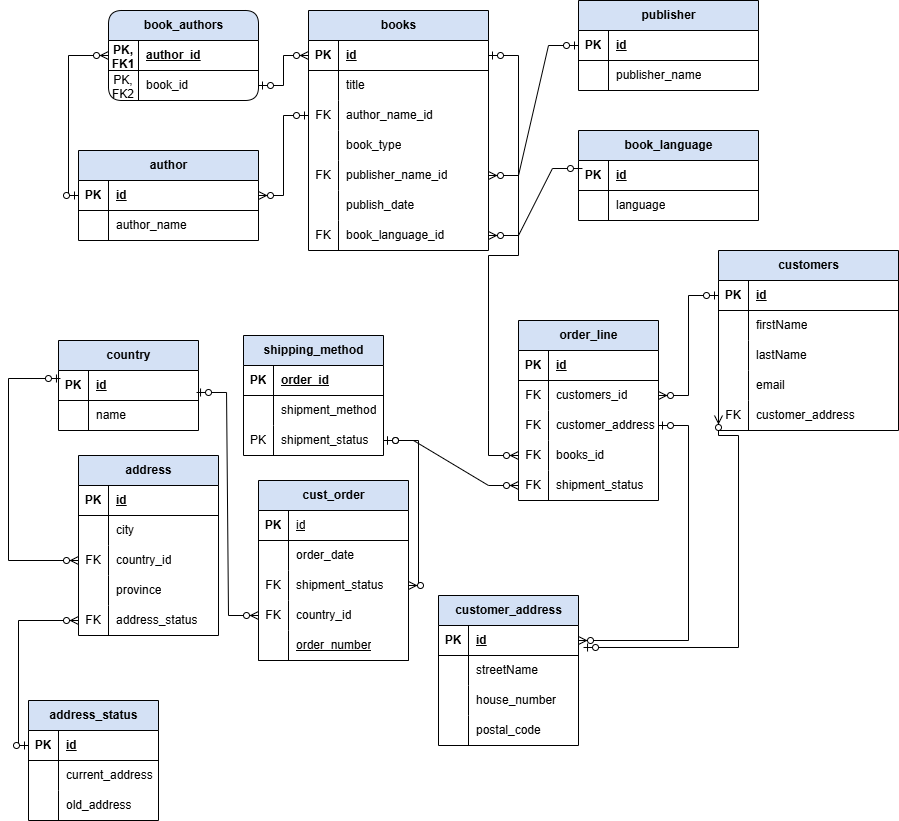
Earlier version of the draw.io export Bookstore_Database.drawio.png (the7thsage376/Bookstore_Database). Source tidied: cells renumbered, new cells last; positions are measured from the earlier drawing's top-left corner, leaving out a move shared by most shapes.
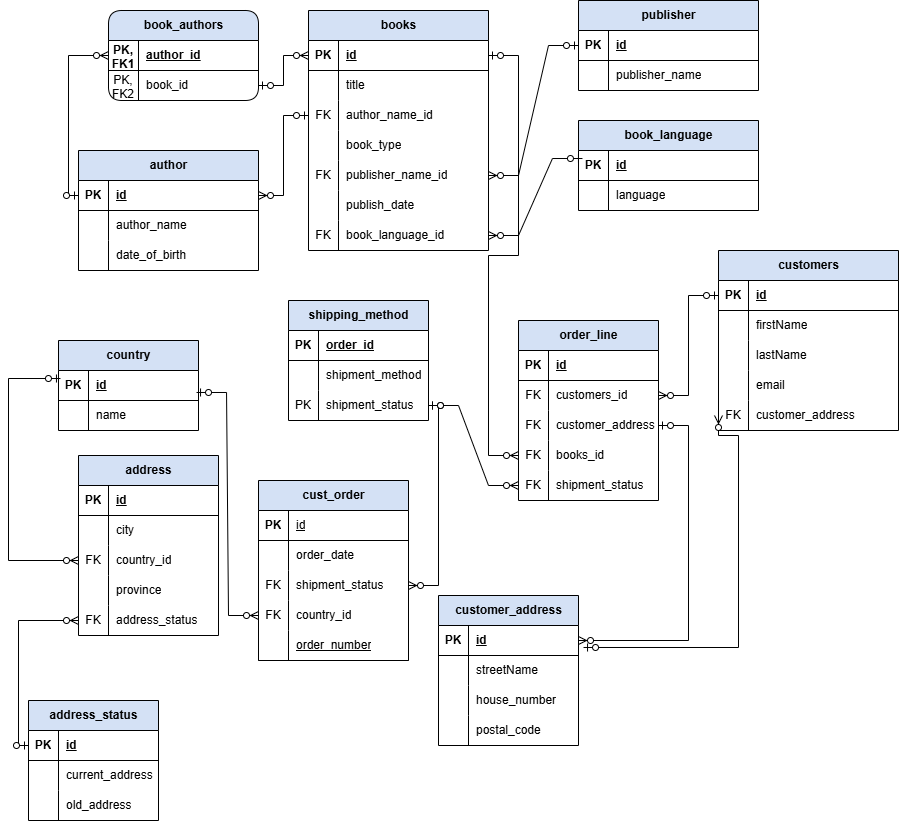
The same file after the commit.

What changed in the source:
```diff
@@ -54,7 +54,7 @@
       <mxGeometry x="30" width="100" height="30" as="geometry" />
     </mxCell>
     <mxCell id="19" value="book_language" style="shape=table;startSize=30;rowLines=0;fontStyle=1;align=center;html=1;fillColor=#D4E1F5;" parent="1" vertex="1">
-      <mxGeometry x="570" y="130" width="180" height="90" as="geometry" />
+      <mxGeometry x="570" y="120" width="180" height="90" as="geometry" />
     </mxCell>
     <mxCell id="20" style="shape=tableRow;horizontal=0;startSize=0;swimlaneHead=0;swimlaneBody=0;fillColor=none;points=[[0,0.5],[1,0.5]];portConstraint=eastwest;top=0;left=0;right=0;bottom=1;" parent="19" vertex="1">
       <mxGeometry y="30" width="180" height="30" as="geometry" />
@@ -213,7 +213,7 @@
       <mxGeometry x="30" width="110" height="30" as="geometry" />
     </mxCell>
     <mxCell id="72" value="shipping_method" style="shape=table;startSize=30;rowLines=0;fontStyle=1;align=center;html=1;fillColor=#D4E1F5;" parent="1" vertex="1">
-      <mxGeometry x="235" y="335" width="140" height="120" as="geometry" />
+      <mxGeometry x="280" y="300" width="140" height="120" as="geometry" />
     </mxCell>
     <mxCell id="73" style="shape=tableRow;horizontal=0;startSize=0;swimlaneHead=0;swimlaneBody=0;fillColor=none;top=0;left=0;right=0;bottom=1;" parent="72" vertex="1">
       <mxGeometry y="30" width="140" height="30" as="geometry" />
@@ -325,7 +325,7 @@
       <mxGeometry relative="1" as="geometry" />
     </mxCell>
     <mxCell id="108" value="author" style="shape=table;startSize=30;rowLines=0;fontStyle=1;align=center;html=1;fillColor=#D4E1F5;" parent="1" vertex="1">
-      <mxGeometry x="70" y="150" width="180" height="90" as="geometry" />
+      <mxGeometry x="70" y="150" width="180" height="120" as="geometry" />
     </mxCell>
     <mxCell id="109" style="shape=tableRow;horizontal=0;startSize=0;swimlaneHead=0;swimlaneBody=0;fillColor=none;points=[[0,0.5],[1,0.5]];portConstraint=eastwest;top=0;left=0;right=0;bottom=1;" parent="108" vertex="1">
       <mxGeometry y="30" width="180" height="30" as="geometry" />
@@ -336,13 +336,22 @@
     <mxCell id="111" value="id" style="shape=partialRectangle;fillColor=none;top=0;left=0;bottom=0;right=0;align=left;spacingLeft=6;fontStyle=5;overflow=hidden;whiteSpace=wrap;html=1;" parent="109" vertex="1">
       <mxGeometry x="30" width="150" height="30" as="geometry" />
     </mxCell>
+    <mxCell id="170" style="shape=tableRow;horizontal=0;startSize=0;swimlaneHead=0;swimlaneBody=0;fillColor=none;top=0;left=0;right=0;bottom=0;" parent="108" vertex="1">
+      <mxGeometry y="60" width="180" height="30" as="geometry" />
+    </mxCell>
+    <mxCell id="171" style="shape=partialRectangle;fillColor=none;top=0;left=0;bottom=0;right=0;overflow=hidden;whiteSpace=wrap;html=1;" parent="170" vertex="1">
+      <mxGeometry width="30" height="30" as="geometry" />
+    </mxCell>
+    <mxCell id="172" value="author_name" style="shape=partialRectangle;fillColor=none;top=0;left=0;bottom=0;right=0;align=left;spacingLeft=6;overflow=hidden;whiteSpace=wrap;html=1;" parent="170" vertex="1">
+      <mxGeometry x="30" width="150" height="30" as="geometry" />
+    </mxCell>
     <mxCell id="112" style="shape=tableRow;horizontal=0;startSize=0;swimlaneHead=0;swimlaneBody=0;fillColor=none;top=0;left=0;right=0;bottom=0;" parent="108" vertex="1">
-      <mxGeometry y="60" width="180" height="30" as="geometry" />
+      <mxGeometry y="90" width="180" height="30" as="geometry" />
     </mxCell>
     <mxCell id="113" style="shape=partialRectangle;fillColor=none;top=0;left=0;bottom=0;right=0;overflow=hidden;whiteSpace=wrap;html=1;" parent="112" vertex="1">
       <mxGeometry width="30" height="30" as="geometry" />
     </mxCell>
-    <mxCell id="114" value="author_name" style="shape=partialRectangle;fillColor=none;top=0;left=0;bottom=0;right=0;align=left;spacingLeft=6;overflow=hidden;whiteSpace=wrap;html=1;" parent="112" vertex="1">
+    <mxCell id="114" value="date_of_birth" style="shape=partialRectangle;fillColor=none;top=0;left=0;bottom=0;right=0;align=left;spacingLeft=6;overflow=hidden;whiteSpace=wrap;html=1;" parent="112" vertex="1">
       <mxGeometry x="30" width="150" height="30" as="geometry" />
     </mxCell>
     <mxCell id="115" value="address" style="shape=table;startSize=30;rowLines=0;fontStyle=1;align=center;html=1;rounded=0;fillColor=#D4E1F5;" parent="1" vertex="1">
```
